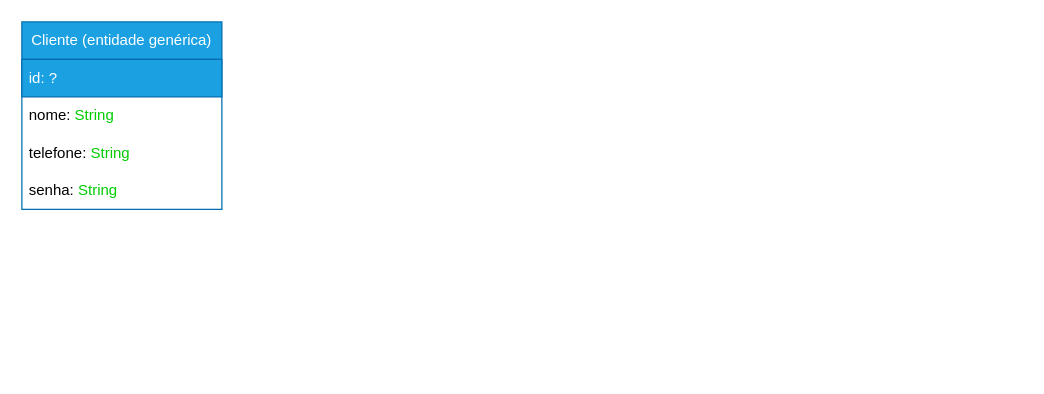
Above: page "Entidades" (1 of 5) of documentação/ideias/diagrama_de_projeto.drawio in Creath-Noite-A/Agendamento-Documentacao (draw.io), before the change. Source tidied: cells renumbered, new cells numbered last; positions are measured from the earlier drawing's top-left corner, leaving out a move shared by most shapes. Both pictures are drawn from the tidied source at 125%, with x=0, y=0 at pixel (21, 21).
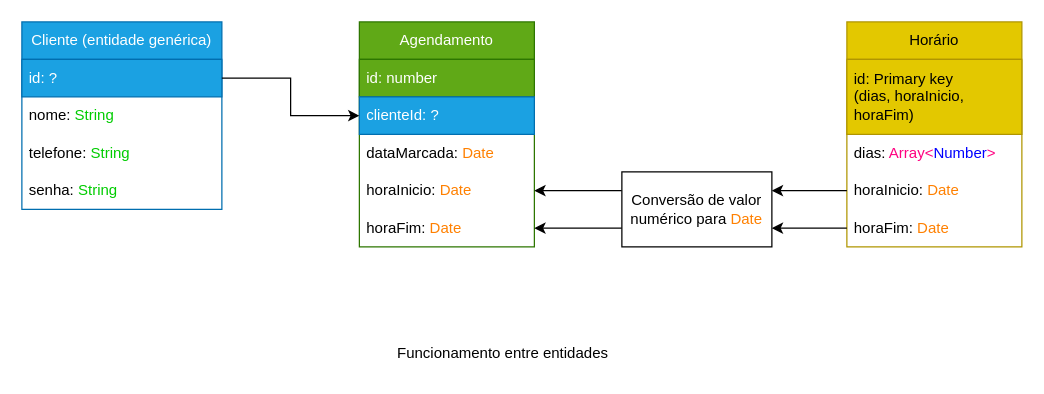
The same diagram, later.

Unchanged cells that the change refers to:
```xml
<mxCell id="3" value="id: ?" style="text;strokeColor=#006EAF;fillColor=#1ba1e2;align=left;verticalAlign=middle;spacingLeft=4;spacingRight=4;overflow=hidden;points=[[0,0.5],[1,0.5]];portConstraint=eastwest;whiteSpace=wrap;html=1;fontColor=#ffffff;" parent="2" vertex="1">
  <mxGeometry y="30" width="160" height="30" as="geometry" />
</mxCell>
```

Change to the diagram source:
```diff
@@
+    <mxCell id="7" value="Horário" style="swimlane;fontStyle=0;horizontal=1;startSize=30;whiteSpace=wrap;html=1;fillColor=#e3c800;strokeColor=#B09500;fontColor=#000000;" parent="1" vertex="1">
+      <mxGeometry x="660" width="140" height="180" as="geometry" />
+    </mxCell>
+    <mxCell id="8" value="id: Primary key (&lt;font&gt;dias&lt;/font&gt;,&amp;nbsp;&lt;font&gt;horaInicio, horaFim)&lt;/font&gt;" style="text;strokeColor=#B09500;fillColor=#e3c800;align=left;verticalAlign=middle;spacingLeft=4;spacingRight=4;overflow=hidden;whiteSpace=wrap;html=1;fontColor=#000000;" parent="7" vertex="1">
+      <mxGeometry y="30" width="140" height="60" as="geometry" />
+    </mxCell>
+    <mxCell id="9" value="dias: &lt;font color=&quot;#ff0080&quot;&gt;Array&amp;lt;&lt;/font&gt;&lt;font color=&quot;#0000ff&quot;&gt;Number&lt;/font&gt;&lt;font color=&quot;#ff0080&quot;&gt;&amp;gt;&lt;/font&gt;" style="text;strokeColor=none;fillColor=none;align=left;verticalAlign=middle;spacingLeft=4;spacingRight=4;overflow=hidden;whiteSpace=wrap;html=1;" parent="7" vertex="1">
+      <mxGeometry y="90" width="140" height="30" as="geometry" />
+    </mxCell>
+    <mxCell id="10" value="horaInicio: &lt;font color=&quot;#ff8000&quot;&gt;Date&lt;/font&gt;" style="text;strokeColor=none;fillColor=none;align=left;verticalAlign=middle;spacingLeft=4;spacingRight=4;overflow=hidden;points=[[0,0.5],[1,0.5]];portConstraint=eastwest;whiteSpace=wrap;html=1;" parent="7" vertex="1">
+      <mxGeometry y="120" width="140" height="30" as="geometry" />
+    </mxCell>
+    <mxCell id="11" value="horaFim: &lt;font color=&quot;#ff8000&quot;&gt;Date&lt;/font&gt;" style="text;strokeColor=none;fillColor=none;align=left;verticalAlign=middle;spacingLeft=4;spacingRight=4;overflow=hidden;points=[[0,0.5],[1,0.5]];portConstraint=eastwest;whiteSpace=wrap;html=1;" parent="7" vertex="1">
+      <mxGeometry y="150" width="140" height="30" as="geometry" />
+    </mxCell>
+    <mxCell id="12" value="Agendamento" style="swimlane;fontStyle=0;horizontal=1;startSize=30;whiteSpace=wrap;html=1;fillColor=#60a917;fontColor=#ffffff;strokeColor=#2D7600;" parent="1" vertex="1">
+      <mxGeometry x="270" width="140" height="180" as="geometry" />
+    </mxCell>
+    <mxCell id="13" value="id: number" style="text;strokeColor=#2D7600;fillColor=#60a917;align=left;verticalAlign=middle;spacingLeft=4;spacingRight=4;overflow=hidden;whiteSpace=wrap;html=1;fontColor=#ffffff;" parent="12" vertex="1">
+      <mxGeometry y="30" width="140" height="30" as="geometry" />
+    </mxCell>
+    <mxCell id="14" value="clienteId: ?" style="text;strokeColor=#006EAF;fillColor=#1ba1e2;align=left;verticalAlign=middle;spacingLeft=4;spacingRight=4;overflow=hidden;points=[[0,0.5],[1,0.5]];portConstraint=eastwest;whiteSpace=wrap;html=1;fontColor=#ffffff;" parent="12" vertex="1">
+      <mxGeometry y="60" width="140" height="30" as="geometry" />
+    </mxCell>
+    <mxCell id="15" value="dataMarcada: &lt;font color=&quot;#ff8000&quot;&gt;Date&lt;/font&gt;" style="text;strokeColor=none;fillColor=none;align=left;verticalAlign=middle;spacingLeft=4;spacingRight=4;overflow=hidden;whiteSpace=wrap;html=1;fontColor=#000000;" parent="12" vertex="1">
+      <mxGeometry y="90" width="140" height="30" as="geometry" />
+    </mxCell>
+    <mxCell id="16" value="horaInicio: &lt;font color=&quot;#ff8000&quot;&gt;Date&lt;/font&gt;" style="text;strokeColor=none;fillColor=none;align=left;verticalAlign=middle;spacingLeft=4;spacingRight=4;overflow=hidden;points=[[0,0.5],[1,0.5]];portConstraint=eastwest;whiteSpace=wrap;html=1;" parent="12" vertex="1">
+      <mxGeometry y="120" width="140" height="30" as="geometry" />
+    </mxCell>
+    <mxCell id="17" value="horaFim: &lt;font color=&quot;#ff8000&quot;&gt;Date&lt;/font&gt;" style="text;strokeColor=none;fillColor=none;align=left;verticalAlign=middle;spacingLeft=4;spacingRight=4;overflow=hidden;points=[[0,0.5],[1,0.5]];portConstraint=eastwest;whiteSpace=wrap;html=1;" parent="12" vertex="1">
+      <mxGeometry y="150" width="140" height="30" as="geometry" />
+    </mxCell>
+    <mxCell id="18" style="edgeStyle=orthogonalEdgeStyle;rounded=0;jettySize=auto;html=1;exitX=1;exitY=0.5;exitDx=0;exitDy=0;entryX=0;entryY=0.5;entryDx=0;entryDy=0;" parent="1" edge="1" source="3" target="14">
+      <mxGeometry relative="1" as="geometry" />
+    </mxCell>
+    <mxCell id="19" style="edgeStyle=orthogonalEdgeStyle;rounded=0;jettySize=auto;html=1;exitX=0;exitY=0.25;exitDx=0;exitDy=0;entryX=1;entryY=0.5;entryDx=0;entryDy=0;" parent="1" edge="1" source="21" target="16">
+      <mxGeometry relative="1" as="geometry" />
+    </mxCell>
+    <mxCell id="20" style="edgeStyle=orthogonalEdgeStyle;rounded=0;jettySize=auto;html=1;exitX=0;exitY=0.75;exitDx=0;exitDy=0;entryX=1;entryY=0.5;entryDx=0;entryDy=0;" parent="1" edge="1" source="21" target="17">
+      <mxGeometry relative="1" as="geometry" />
+    </mxCell>
+    <mxCell id="21" value="Conversão de valor numérico para &lt;font color=&quot;#ff8000&quot;&gt;Date&lt;/font&gt;" style="rounded=0;whiteSpace=wrap;html=1;" parent="1" vertex="1">
+      <mxGeometry x="480" y="120" width="120" height="60" as="geometry" />
+    </mxCell>
+    <mxCell id="22" style="edgeStyle=orthogonalEdgeStyle;rounded=0;jettySize=auto;html=1;exitX=0;exitY=0.5;exitDx=0;exitDy=0;entryX=1;entryY=0.25;entryDx=0;entryDy=0;" parent="1" edge="1" source="10" target="21">
+      <mxGeometry relative="1" as="geometry" />
+    </mxCell>
+    <mxCell id="23" style="edgeStyle=orthogonalEdgeStyle;rounded=0;jettySize=auto;html=1;exitX=0;exitY=0.5;exitDx=0;exitDy=0;entryX=1;entryY=0.75;entryDx=0;entryDy=0;" parent="1" edge="1" source="11" target="21">
+      <mxGeometry relative="1" as="geometry" />
+    </mxCell>
+    <mxCell id="24" value="Funcionamento entre entidades" style="text;html=1;align=center;verticalAlign=middle;whiteSpace=wrap;rounded=0;" parent="1" vertex="1">
+      <mxGeometry x="240" y="250" width="290" height="30" as="geometry" />
+    </mxCell>
```
